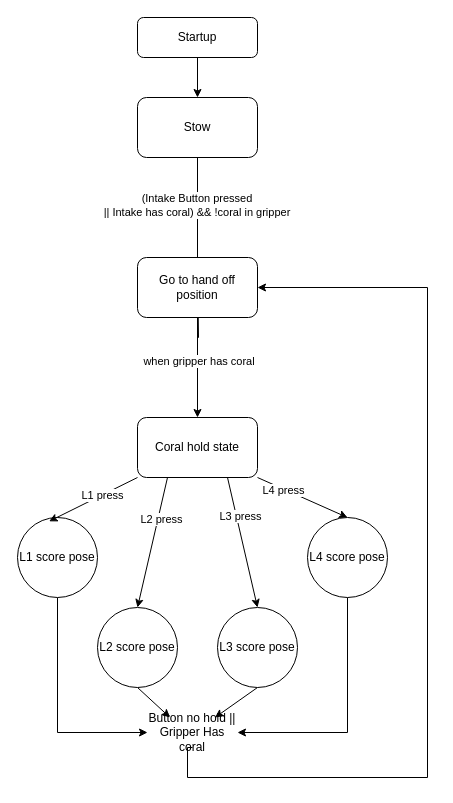
Manchester-Central/2025-Reefscape keeps this draw.io diagram as documents/State-Machines/Lift-State-Machine-Diagram.drawio. Above is the earlier version. Source tidied: cells renumbered, new cells numbered last; positions are measured from the earlier drawing's top-left corner, leaving out a move shared by most shapes. Both pictures are drawn from the tidied source at 100%, with x=0, y=0 at pixel (17, 17).
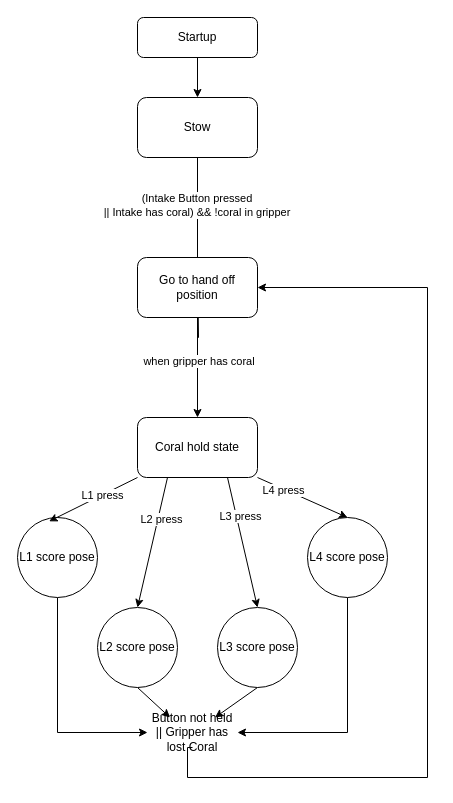
The same diagram, later.

Commit message (it also covers changes not shown here):
Documented gripper state machine

The edit, as a diff of the source:
```diff
@@
-    <mxCell id="28" value="Button no hold || Gripper Has coral" style="text;html=1;align=center;verticalAlign=middle;whiteSpace=wrap;rounded=0;" parent="1" vertex="1">
+    <mxCell id="28" value="Button not held || Gripper has lost Coral" style="text;html=1;align=center;verticalAlign=middle;whiteSpace=wrap;rounded=0;" parent="1" vertex="1">
       <mxGeometry x="130" y="700" width="90" height="30" as="geometry" />
     </mxCell>
```
